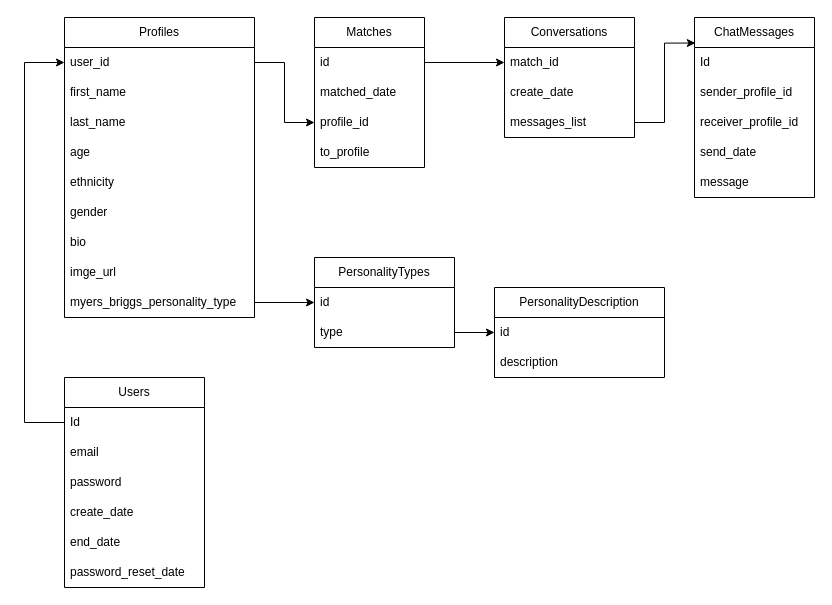
This is src/main/resources/TinderAiDbdrawio.drawio from jclucasasp/loving-ai-backend, a draw.io file, before an edit. Source tidied: cells renumbered, new cells numbered last; positions are measured from the earlier drawing's top-left corner, leaving out a move shared by most shapes. Both pictures are drawn from the tidied source at 100%, with x=0, y=0 at pixel (24, 17).
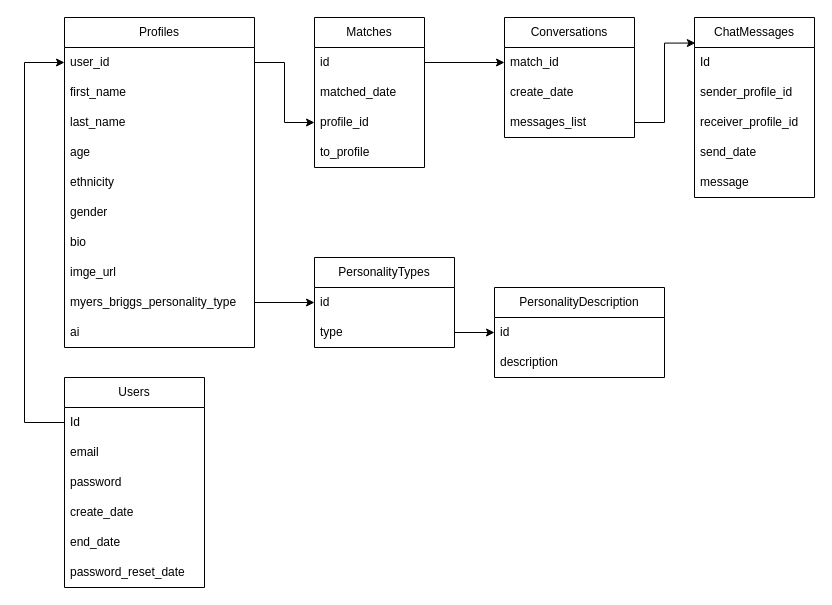
Above is the later version.

Diff of the diagram source:
```diff
@@
     <mxCell id="2" value="Profiles" style="swimlane;fontStyle=0;horizontal=1;startSize=30;whiteSpace=wrap;html=1;" parent="1" vertex="1">
-      <mxGeometry x="40" width="190" height="300" as="geometry" />
+      <mxGeometry x="40" width="190" height="330" as="geometry" />
     </mxCell>
@@
+    <mxCell id="46" value="ai" style="text;strokeColor=none;fillColor=none;align=left;verticalAlign=middle;spacingLeft=4;spacingRight=4;overflow=hidden;whiteSpace=wrap;html=1;" parent="2" vertex="1">
+      <mxGeometry y="300" width="190" height="30" as="geometry" />
+    </mxCell>
```
